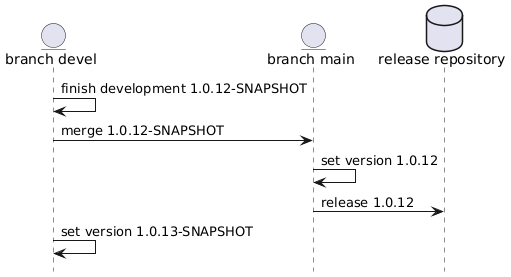
jajir/HestiaStore keeps this PlantUML diagram as docs/images/branching.png. Above is the earlier version.
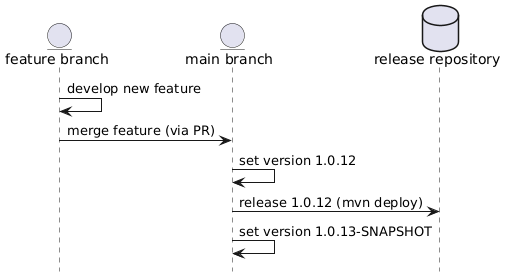
The same file after the commit.

Diff of the diagram source:
```diff
@@ -1,14 +1,14 @@
 @startuml
 hide footbox
-entity "branch devel" as devel
-entity "branch main" as main
+entity "feature branch" as feature
+entity "main branch" as main
 database "release repository" as repo
 
-devel -> devel : finish development 1.0.12-SNAPSHOT
-devel -> main : merge 1.0.12-SNAPSHOT
+feature -> feature : develop new feature
+feature -> main : merge feature (via PR)
 
 main -> main : set version 1.0.12
-main -> repo : release 1.0.12
+main -> repo : release 1.0.12 (mvn deploy)
 
-devel -> devel : set version 1.0.13-SNAPSHOT
+main -> main : set version 1.0.13-SNAPSHOT
 @enduml
```
